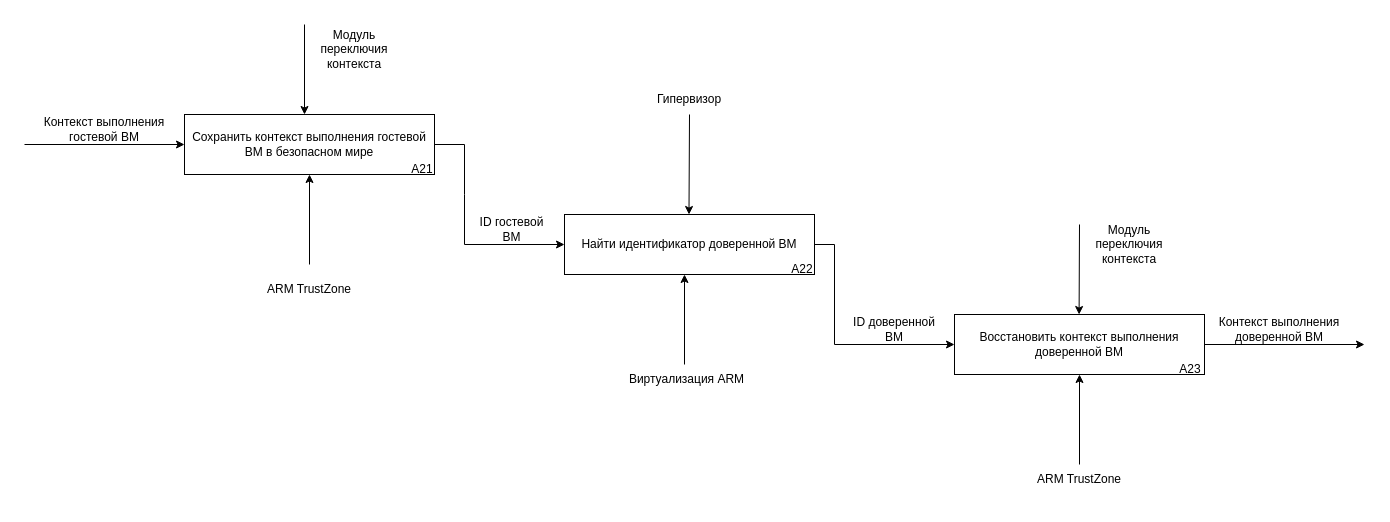
mRrvz/bmstu-masters-diploma keeps this draw.io diagram as page "Page-2" (2 of 2) of docs/drawio/idef0-context-switch.drawio. Above is the earlier version. Source tidied: cells renumbered, new cells numbered last; positions are measured from the earlier drawing's top-left corner, leaving out a move shared by most shapes. Both pictures are drawn from the tidied source at 100%, with x=0, y=0 at pixel (24, 24).
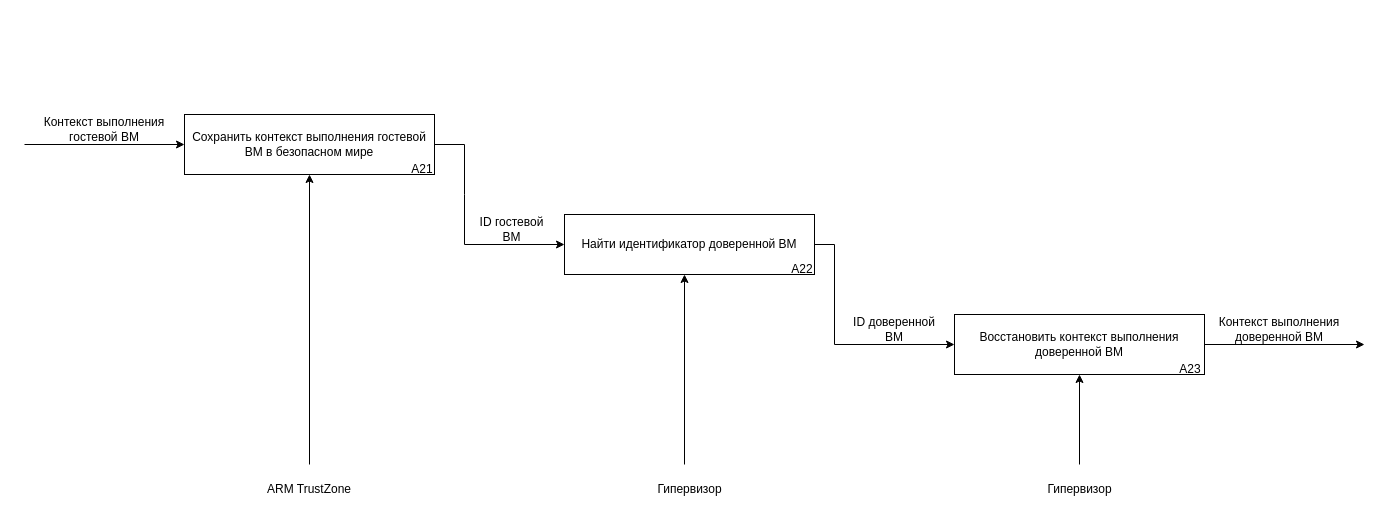
Above is the later version.

Unchanged cells that the change refers to:
```xml
<mxCell id="2" value="Сохранить контекст выполнения гостевой ВМ в безопасном мире" style="rounded=0;whiteSpace=wrap;html=1;" parent="1" vertex="1">
  <mxGeometry x="160" y="90" width="250" height="60" as="geometry" />
</mxCell>
<mxCell id="4" value="Восстановить контекст выполнения доверенной ВМ" style="rounded=0;whiteSpace=wrap;html=1;" parent="1" vertex="1">
  <mxGeometry x="930" y="290" width="250" height="60" as="geometry" />
</mxCell>
```

The edit, as a diff of the source:
```diff
@@
-    <mxCell id="7" style="endArrow=classic;html=1;rounded=0;entryX=0.75;entryY=0;entryDx=0;entryDy=0;" parent="1" edge="1">
-      <mxGeometry relative="1" as="geometry">
-        <mxPoint x="665" y="90" as="sourcePoint" />
-        <mxPoint x="664.5" y="190" as="targetPoint" />
-      </mxGeometry>
-    </mxCell>
-    <mxCell id="8" value="Гипервизор" style="text;html=1;align=center;verticalAlign=middle;whiteSpace=wrap;rounded=0;" parent="1" vertex="1">
-      <mxGeometry x="615" y="60" width="100" height="30" as="geometry" />
-    </mxCell>
@@
-    <mxCell id="11" value="Модуль переключия контекста" style="text;html=1;align=center;verticalAlign=middle;whiteSpace=wrap;rounded=0;" parent="1" vertex="1">
-      <mxGeometry x="280" y="10" width="100" height="30" as="geometry" />
-    </mxCell>
-    <mxCell id="12" style="endArrow=classic;html=1;rounded=0;entryX=0.75;entryY=0;entryDx=0;entryDy=0;" parent="1" edge="1">
-      <mxGeometry relative="1" as="geometry">
-        <mxPoint x="280" as="sourcePoint" />
-        <mxPoint x="280" y="90" as="targetPoint" />
-      </mxGeometry>
-    </mxCell>
-    <mxCell id="13" value="Модуль переключия контекста" style="text;html=1;align=center;verticalAlign=middle;whiteSpace=wrap;rounded=0;" parent="1" vertex="1">
-      <mxGeometry x="1055" y="205" width="100" height="30" as="geometry" />
-    </mxCell>
-    <mxCell id="14" style="endArrow=classic;html=1;rounded=0;entryX=0.75;entryY=0;entryDx=0;entryDy=0;" parent="1" edge="1">
-      <mxGeometry relative="1" as="geometry">
-        <mxPoint x="1055" y="200" as="sourcePoint" />
-        <mxPoint x="1054.6" y="290" as="targetPoint" />
-      </mxGeometry>
-    </mxCell>
@@
-    <mxCell id="17" value="ARM TrustZone" style="text;html=1;align=center;verticalAlign=middle;whiteSpace=wrap;rounded=0;" parent="1" vertex="1">
-      <mxGeometry x="1005" y="440" width="100" height="30" as="geometry" />
-    </mxCell>
-    <mxCell id="18" style="endArrow=classic;html=1;rounded=0;exitX=0.5;exitY=0;exitDx=0;exitDy=0;entryX=0.5;entryY=1;entryDx=0;entryDy=0;" parent="1" edge="1" source="17" target="4">
-      <mxGeometry relative="1" as="geometry" />
+    <mxCell id="18" style="endArrow=classic;html=1;rounded=0;entryX=0.5;entryY=1;entryDx=0;entryDy=0;" parent="1" edge="1" target="4">
+      <mxGeometry relative="1" as="geometry">
+        <mxPoint x="1055" y="440" as="sourcePoint" />
+      </mxGeometry>
     </mxCell>
     <mxCell id="19" style="endArrow=classic;html=1;rounded=0;entryX=0.5;entryY=1;entryDx=0;entryDy=0;" parent="1" edge="1" target="2">
       <mxGeometry relative="1" as="geometry">
-        <mxPoint x="285" y="240" as="sourcePoint" />
+        <mxPoint x="285" y="440" as="sourcePoint" />
       </mxGeometry>
     </mxCell>
     <mxCell id="20" value="ARM TrustZone" style="text;html=1;align=center;verticalAlign=middle;whiteSpace=wrap;rounded=0;" parent="1" vertex="1">
-      <mxGeometry x="235" y="250" width="100" height="30" as="geometry" />
+      <mxGeometry x="235" y="450" width="100" height="30" as="geometry" />
     </mxCell>
     <mxCell id="21" style="endArrow=classic;html=1;rounded=0;entryX=0.5;entryY=1;entryDx=0;entryDy=0;" parent="1" edge="1">
       <mxGeometry relative="1" as="geometry">
-        <mxPoint x="660" y="340" as="sourcePoint" />
+        <mxPoint x="660" y="440" as="sourcePoint" />
         <mxPoint x="660" y="250" as="targetPoint" />
       </mxGeometry>
     </mxCell>
-    <mxCell id="22" value="Виртуализация ARM" style="text;html=1;align=center;verticalAlign=middle;whiteSpace=wrap;rounded=0;" parent="1" vertex="1">
-      <mxGeometry x="600" y="340" width="125" height="30" as="geometry" />
+    <mxCell id="22" value="Гипервизор" style="text;html=1;align=center;verticalAlign=middle;whiteSpace=wrap;rounded=0;" parent="1" vertex="1">
+      <mxGeometry x="602.5" y="450" width="125" height="30" as="geometry" />
     </mxCell>
@@
+    <mxCell id="8" value="Гипервизор" style="text;html=1;align=center;verticalAlign=middle;whiteSpace=wrap;rounded=0;" parent="1" vertex="1">
+      <mxGeometry x="992.5" y="450" width="125" height="30" as="geometry" />
+    </mxCell>
```
